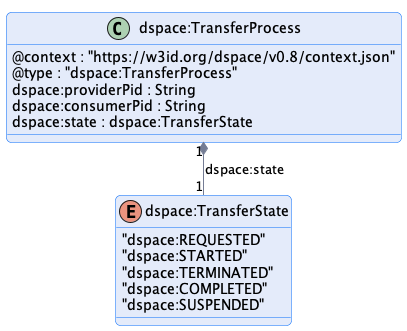
The PlantUML diagram transfer/message/diagram/transfer-process.png in International-Data-Spaces-Association/ids-specification, before a commit.
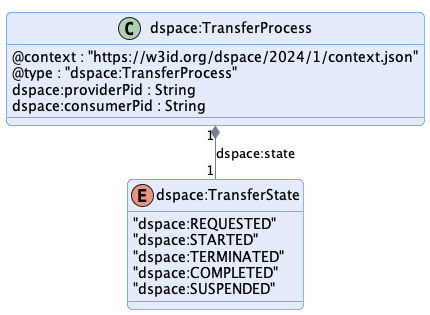
Above is the later version.

Diff of the diagram source:
```diff
@@ -7,11 +7,10 @@
 
 
 class "dspace:TransferProcess" {
-    @context : "https://w3id.org/dspace/v0.8/context.json"
+    @context : "https://w3id.org/dspace/2024/1/context.json"
     @type : "dspace:TransferProcess"
     dspace:providerPid : String
     dspace:consumerPid : String
-    dspace:state : dspace:TransferState
 }
 
 
```
